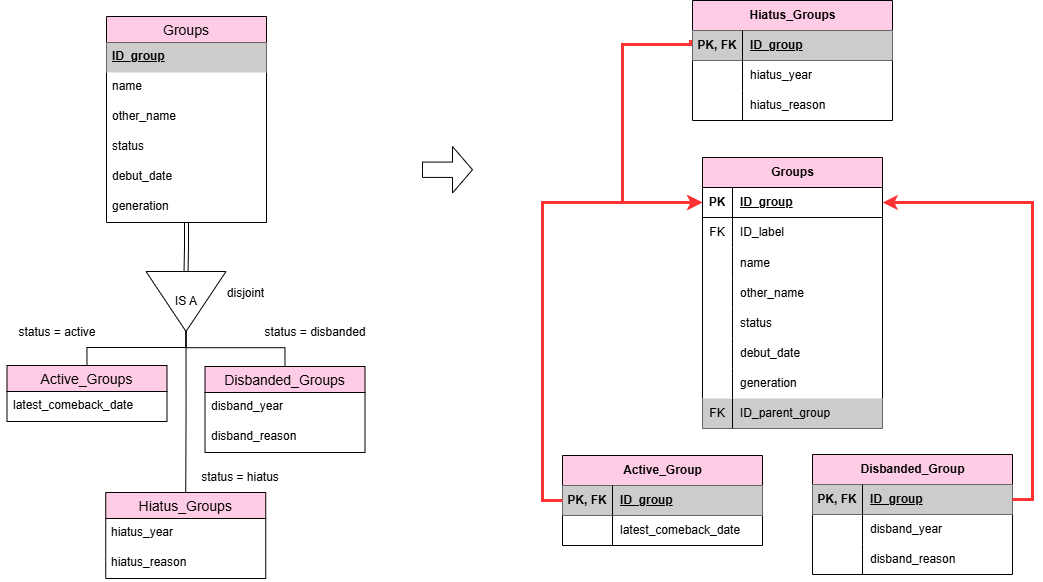
Before: Data Storing/design/specialization.png, a diagram exported from draw.io (hantania/Seleksi-2026-Tugas-1). Source tidied: cells renumbered, new cells last; positions are measured from the earlier drawing's top-left corner, leaving out a move shared by most shapes.
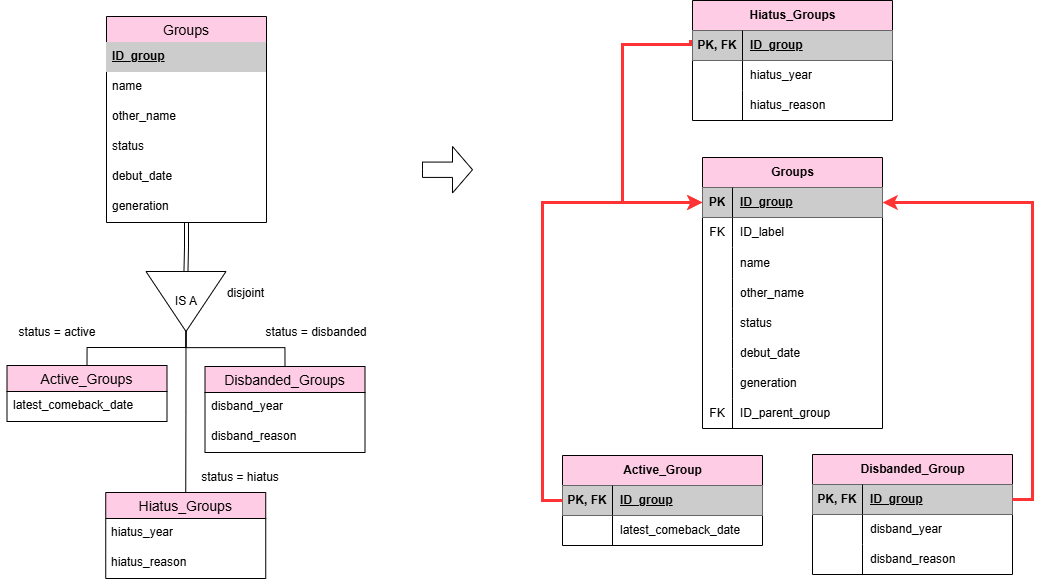
Later version of the same file.

What changed in the source:
```diff
@@ -150,10 +150,10 @@
     <mxCell id="47" style="shape=tableRow;horizontal=0;startSize=0;swimlaneHead=0;swimlaneBody=0;fillColor=none;points=[[0,0.5],[1,0.5]];portConstraint=eastwest;top=0;left=0;right=0;bottom=1;fontStyle=0;" parent="46" vertex="1">
       <mxGeometry y="30" width="180" height="30" as="geometry" />
     </mxCell>
-    <mxCell id="48" value="PK" style="shape=partialRectangle;fillColor=none;top=0;left=0;bottom=0;right=0;fontStyle=1;overflow=hidden;whiteSpace=wrap;html=1;" parent="47" vertex="1">
+    <mxCell id="48" value="PK" style="shape=partialRectangle;fillColor=#CCCCCC;top=0;left=0;bottom=0;right=0;fontStyle=1;overflow=hidden;whiteSpace=wrap;html=1;" parent="47" vertex="1">
       <mxGeometry width="30" height="30" as="geometry" />
     </mxCell>
-    <mxCell id="49" value="ID_group" style="shape=partialRectangle;fillColor=none;top=0;left=0;bottom=0;right=0;align=left;spacingLeft=6;fontStyle=5;overflow=hidden;whiteSpace=wrap;html=1;" parent="47" vertex="1">
+    <mxCell id="49" value="ID_group" style="shape=partialRectangle;fillColor=#CCCCCC;top=0;left=0;bottom=0;right=0;align=left;spacingLeft=6;fontStyle=5;overflow=hidden;whiteSpace=wrap;html=1;" parent="47" vertex="1">
       <mxGeometry x="30" width="150" height="30" as="geometry" />
     </mxCell>
     <mxCell id="50" style="shape=tableRow;horizontal=0;startSize=0;swimlaneHead=0;swimlaneBody=0;fillColor=none;top=0;left=0;right=0;bottom=0;fontStyle=0;" parent="46" vertex="1">
@@ -213,10 +213,10 @@
     <mxCell id="68" style="shape=tableRow;horizontal=0;startSize=0;swimlaneHead=0;swimlaneBody=0;fillColor=none;top=0;left=0;right=0;bottom=0;fontStyle=0;" parent="46" vertex="1">
       <mxGeometry y="241" width="180" height="30" as="geometry" />
     </mxCell>
-    <mxCell id="69" value="FK" style="shape=partialRectangle;fillColor=#CCCCCC;top=0;left=0;bottom=0;right=0;overflow=hidden;whiteSpace=wrap;html=1;fontStyle=0;" parent="68" vertex="1">
+    <mxCell id="69" value="FK" style="shape=partialRectangle;fillColor=none;top=0;left=0;bottom=0;right=0;overflow=hidden;whiteSpace=wrap;html=1;fontStyle=0;" parent="68" vertex="1">
       <mxGeometry width="30" height="30" as="geometry" />
     </mxCell>
-    <mxCell id="70" value="ID_parent_group" style="shape=partialRectangle;fillColor=#CCCCCC;top=0;left=0;bottom=0;right=0;align=left;spacingLeft=6;overflow=hidden;whiteSpace=wrap;html=1;fontStyle=0;" parent="68" vertex="1">
+    <mxCell id="70" value="ID_parent_group" style="shape=partialRectangle;fillColor=none;top=0;left=0;bottom=0;right=0;align=left;spacingLeft=6;overflow=hidden;whiteSpace=wrap;html=1;fontStyle=0;" parent="68" vertex="1">
       <mxGeometry x="30" width="150" height="30" as="geometry" />
     </mxCell>
     <mxCell id="71" value="Hiatus_Groups" style="shape=table;startSize=30;rowLines=0;fontStyle=1;align=center;html=1;fillColor=#FFCCE6;" parent="1" vertex="1">
```
